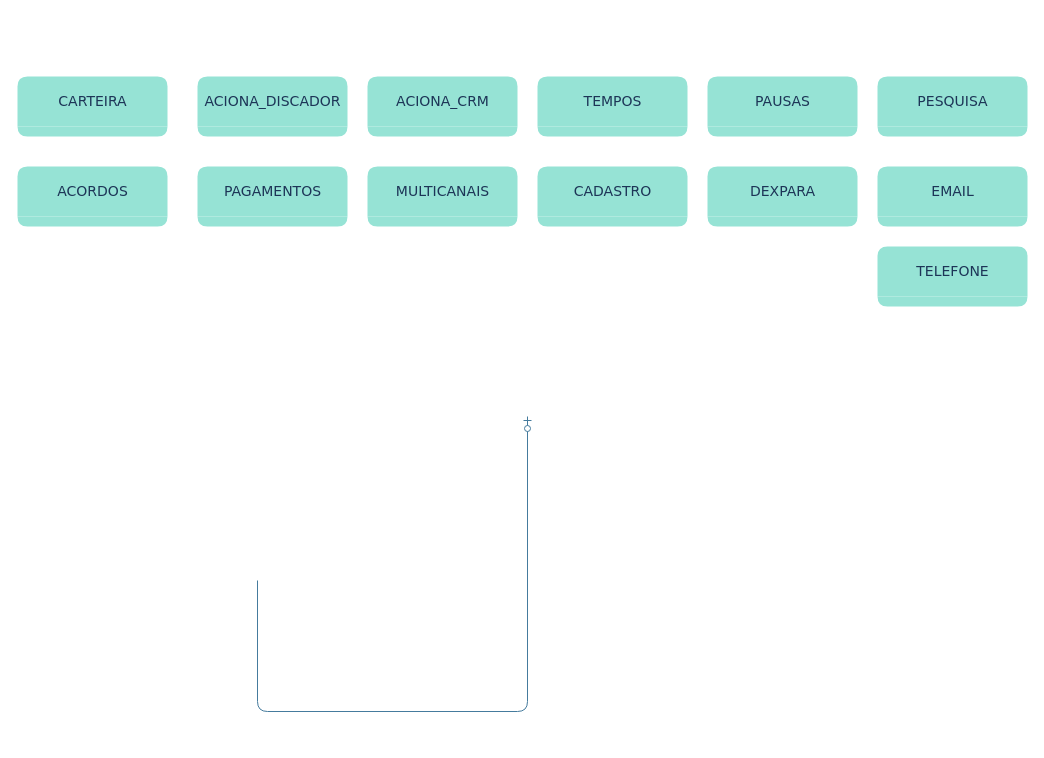
The draw.io diagram Modelagens/Modelagem Conceitual.drawio in Matheus-Shadow/Data-Warehouse, before the edit. Source tidied: cells renumbered, new cells numbered last; positions are measured from the earlier drawing's top-left corner, leaving out a move shared by most shapes. Both pictures are drawn from the tidied source at 100%, with x=0, y=0 at pixel (17, 76).
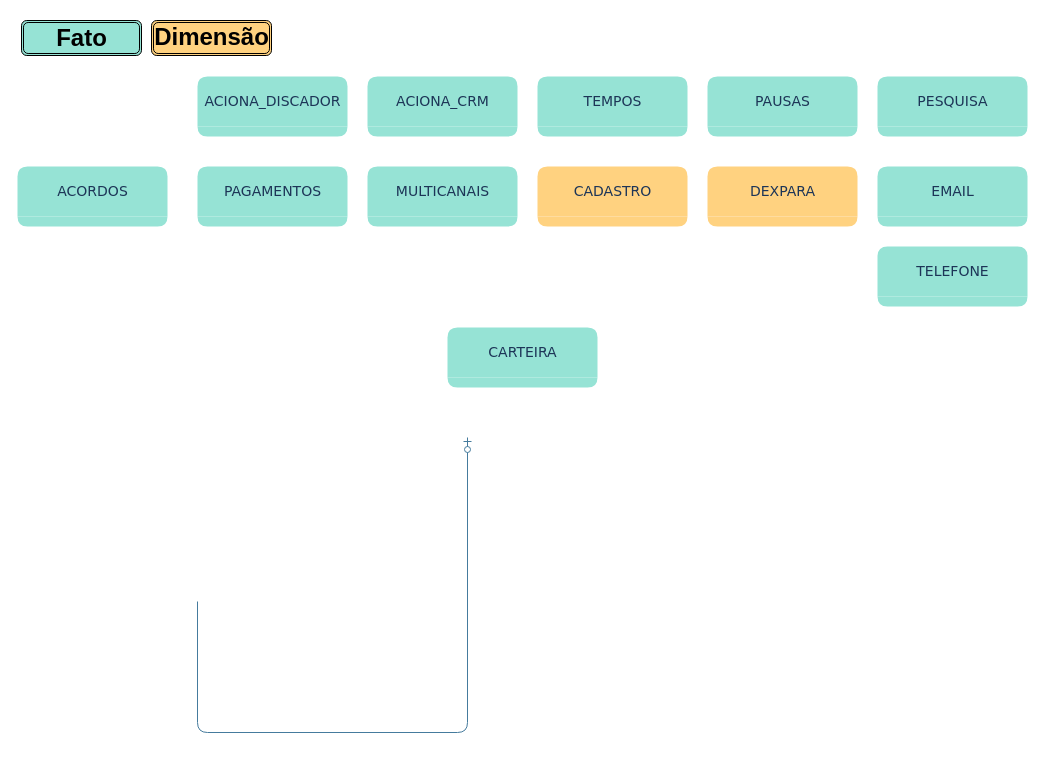
After the change.

Diff of the diagram source:
```diff
@@
     <mxCell id="2" value="CARTEIRA" style="swimlane;fontStyle=0;horizontal=1;startSize=50;fillColor=#96E3D5;swimlaneFillColor=#96E3D5;align=center;rounded=1;shadow=0;comic=0;labelBackgroundColor=none;strokeWidth=1;fontFamily=Verdana;fontSize=14;strokeColor=none;fontColor=#1D3557;arcSize=21;swimlaneLine=0;verticalAlign=middle;html=1;" parent="1" vertex="1">
-      <mxGeometry width="150" height="60" as="geometry" />
+      <mxGeometry x="430" y="251" width="150" height="60" as="geometry" />
     </mxCell>
     <mxCell id="3" style="edgeStyle=orthogonalEdgeStyle;html=1;endArrow=ERzeroToOne;endFill=1;labelBackgroundColor=none;fontFamily=Verdana;fontSize=14;entryX=0;entryY=0.5;exitX=1;exitY=0.5;rounded=1;strokeColor=#457B9D;fontColor=default;" parent="1" edge="1">
       <mxGeometry relative="1" as="geometry">
-        <mxPoint x="240" y="504" as="sourcePoint" />
-        <mxPoint x="510" y="340" as="targetPoint" />
+        <mxPoint x="180" y="525" as="sourcePoint" />
+        <mxPoint x="450" y="361" as="targetPoint" />
         <Array as="points">
-          <mxPoint x="240" y="635" />
-          <mxPoint x="510" y="635" />
+          <mxPoint x="180" y="656" />
+          <mxPoint x="450" y="656" />
         </Array>
       </mxGeometry>
     </mxCell>
@@
-    <mxCell id="12" value="CADASTRO" style="swimlane;fontStyle=0;horizontal=1;startSize=50;fillColor=#96E3D5;swimlaneFillColor=#96E3D5;align=center;rounded=1;shadow=0;comic=0;labelBackgroundColor=none;strokeWidth=1;fontFamily=Verdana;fontSize=14;strokeColor=none;fontColor=#1D3557;arcSize=21;swimlaneLine=0;verticalAlign=middle;html=1;" parent="1" vertex="1">
+    <mxCell id="12" value="CADASTRO" style="swimlane;fontStyle=0;horizontal=1;startSize=50;fillColor=#FFD280;swimlaneFillColor=#FFD280;align=center;rounded=1;shadow=0;comic=0;labelBackgroundColor=none;strokeWidth=1;fontFamily=Verdana;fontSize=14;strokeColor=none;fontColor=#1D3557;arcSize=21;swimlaneLine=0;verticalAlign=middle;html=1;" parent="1" vertex="1">
       <mxGeometry x="520" y="90" width="150" height="60" as="geometry" />
     </mxCell>
-    <mxCell id="13" value="DEXPARA" style="swimlane;fontStyle=0;horizontal=1;startSize=50;fillColor=#96E3D5;swimlaneFillColor=#96E3D5;align=center;rounded=1;shadow=0;comic=0;labelBackgroundColor=none;strokeWidth=1;fontFamily=Verdana;fontSize=14;strokeColor=none;fontColor=#1D3557;arcSize=21;swimlaneLine=0;verticalAlign=middle;html=1;" parent="1" vertex="1">
+    <mxCell id="13" value="DEXPARA" style="swimlane;fontStyle=0;horizontal=1;startSize=50;fillColor=#FFD280;swimlaneFillColor=#FFD280;align=center;rounded=1;shadow=0;comic=0;labelBackgroundColor=none;strokeWidth=1;fontFamily=Verdana;fontSize=14;strokeColor=none;fontColor=#1D3557;arcSize=21;swimlaneLine=0;verticalAlign=middle;html=1;" parent="1" vertex="1">
       <mxGeometry x="690" y="90" width="150" height="60" as="geometry" />
     </mxCell>
@@
+    <mxCell id="16" style="shape=ext;double=1;rounded=1;whiteSpace=wrap;html=1;fontColor=default;fillColor=#96E3D5;" parent="1" vertex="1">
+      <mxGeometry x="4" y="-56" width="120" height="35" as="geometry" />
+    </mxCell>
+    <mxCell id="17" value="&lt;font color=&quot;#000000&quot;&gt;Fato&lt;/font&gt;" style="text;strokeColor=none;fillColor=none;html=1;fontSize=24;fontStyle=1;verticalAlign=middle;align=center;rounded=1;fontColor=default;" parent="1" vertex="1">
+      <mxGeometry x="14" y="-58" width="100" height="40" as="geometry" />
+    </mxCell>
+    <mxCell id="18" style="shape=ext;double=1;rounded=1;whiteSpace=wrap;html=1;fontColor=default;fillColor=#FFD280;" parent="1" vertex="1">
+      <mxGeometry x="134" y="-56" width="120" height="35" as="geometry" />
+    </mxCell>
+    <mxCell id="19" value="&lt;font color=&quot;#000000&quot;&gt;Dimensão&lt;/font&gt;" style="text;strokeColor=none;fillColor=none;html=1;fontSize=24;fontStyle=1;verticalAlign=middle;align=center;rounded=1;fontColor=default;" parent="1" vertex="1">
+      <mxGeometry x="144" y="-59" width="100" height="40" as="geometry" />
+    </mxCell>
```
